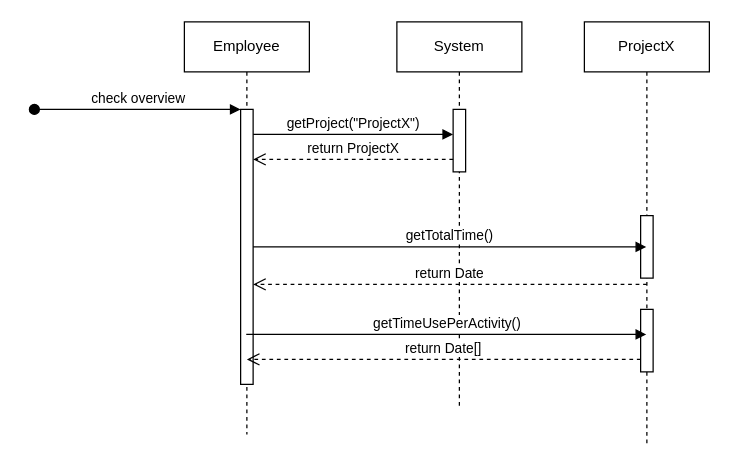
Buildasaurus/02161-Projekt keeps this draw.io diagram as check overview - sequence diagram.drawio. Above is the earlier version. Source tidied: cells renumbered, new cells numbered last; positions are measured from the earlier drawing's top-left corner, leaving out a move shared by most shapes. Both pictures are drawn from the tidied source at 125%, with x=0, y=0 at pixel (34, 21).
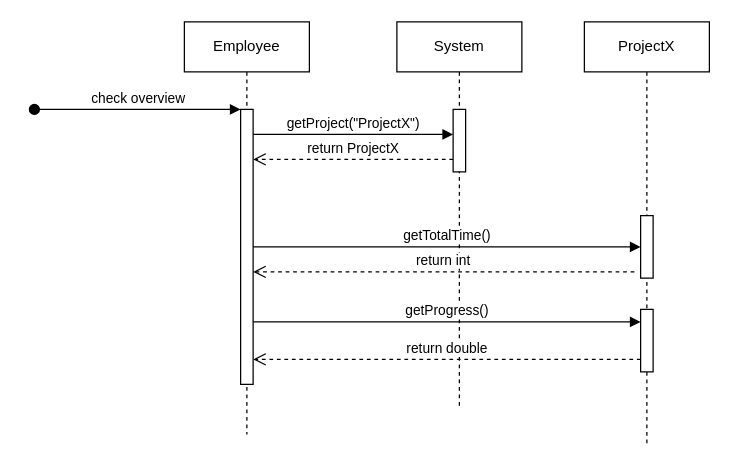
The same page after the edit.

Commit message (it also covers changes not shown here):
Update check overview activity

Unchanged cells that the change refers to:
```xml
<mxCell id="3" style="html=1;points=[];perimeter=orthogonalPerimeter;outlineConnect=0;targetShapes=umlLifeline;portConstraint=eastwest;newEdgeStyle={&quot;edgeStyle&quot;:&quot;elbowEdgeStyle&quot;,&quot;elbow&quot;:&quot;vertical&quot;,&quot;curved&quot;:0,&quot;rounded&quot;:0};" parent="2" vertex="1">
  <mxGeometry x="45" y="70" width="10" height="220" as="geometry" />
</mxCell>
<mxCell id="9" value="ProjectX" style="shape=umlLifeline;perimeter=lifelinePerimeter;whiteSpace=wrap;html=1;outlineConnect=0;portConstraint=eastwest;newEdgeStyle={&quot;edgeStyle&quot;:&quot;elbowEdgeStyle&quot;,&quot;elbow&quot;:&quot;vertical&quot;,&quot;curved&quot;:0,&quot;rounded&quot;:0};" parent="1" vertex="1">
  <mxGeometry x="440" width="100" height="340" as="geometry" />
</mxCell>
<mxCell id="10" style="html=1;points=[];perimeter=orthogonalPerimeter;outlineConnect=0;targetShapes=umlLifeline;portConstraint=eastwest;newEdgeStyle={&quot;edgeStyle&quot;:&quot;elbowEdgeStyle&quot;,&quot;elbow&quot;:&quot;vertical&quot;,&quot;curved&quot;:0,&quot;rounded&quot;:0};" parent="9" vertex="1">
  <mxGeometry x="45" y="155" width="10" height="50" as="geometry" />
</mxCell>
```

The edit, as a diff of the source:
```diff
@@
-    <mxCell id="12" value="getTotalTime()" style="html=1;verticalAlign=bottom;endArrow=block;curved=0;rounded=0;" parent="1" edge="1" source="3" target="9">
+    <mxCell id="12" value="getTotalTime()" style="html=1;verticalAlign=bottom;endArrow=block;curved=0;rounded=0;" parent="1" edge="1" source="3" target="10">
       <mxGeometry relative="1" as="geometry" />
     </mxCell>
-    <mxCell id="13" value="return Date" style="html=1;verticalAlign=bottom;endArrow=open;dashed=1;endSize=8;curved=0;rounded=0;" parent="1" edge="1" target="3">
+    <mxCell id="13" value="return int" style="html=1;verticalAlign=bottom;endArrow=open;dashed=1;endSize=8;curved=0;rounded=0;" parent="1" edge="1">
       <mxGeometry relative="1" as="geometry">
-        <mxPoint x="490" y="210" as="sourcePoint" />
+        <mxPoint x="480" y="200" as="sourcePoint" />
+        <mxPoint x="175" y="200" as="targetPoint" />
       </mxGeometry>
     </mxCell>
-    <mxCell id="14" value="getTimeUsePerActivity()" style="html=1;verticalAlign=bottom;endArrow=block;curved=0;rounded=0;" parent="1" edge="1">
+    <mxCell id="14" value="getProgress()" style="html=1;verticalAlign=bottom;endArrow=block;curved=0;rounded=0;" parent="1" edge="1">
       <mxGeometry relative="1" as="geometry">
-        <mxPoint x="169.5" y="250" as="sourcePoint" />
-        <mxPoint x="489.5" y="250" as="targetPoint" />
+        <mxPoint x="175" y="240" as="sourcePoint" />
+        <mxPoint x="485" y="240" as="targetPoint" />
       </mxGeometry>
     </mxCell>
-    <mxCell id="15" value="return Date[]" style="html=1;verticalAlign=bottom;endArrow=open;dashed=1;endSize=8;curved=0;rounded=0;" parent="1" edge="1">
+    <mxCell id="15" value="return double" style="html=1;verticalAlign=bottom;endArrow=open;dashed=1;endSize=8;curved=0;rounded=0;" parent="1" edge="1">
       <mxGeometry relative="1" as="geometry">
         <mxPoint x="485" y="270" as="sourcePoint" />
-        <mxPoint x="170" y="270" as="targetPoint" />
+        <mxPoint x="175" y="270" as="targetPoint" />
       </mxGeometry>
     </mxCell>
```
